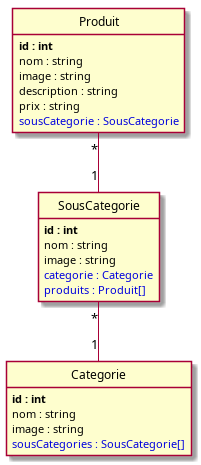
The PlantUML diagram puml/index.png in Alice2568/VillageGreen, before a commit. Its source is kept beside it as puml/index.puml.
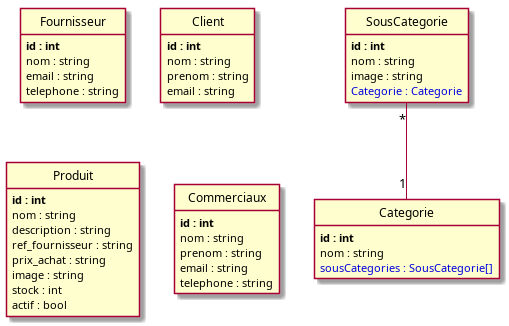
Above is the later version.

Diff of the diagram source:
```diff
@@ -1,29 +1,50 @@
 @startuml
+class Fournisseur {
+	**id : int**
+	nom : string
+	email : string
+	telephone : string
+}
+
+class Client {
+	**id : int**
+	nom : string
+	prenom : string
+	email : string
+}
+
 class Produit {
 	**id : int**
 	nom : string
+	description : string
+	ref_fournisseur : string
+	prix_achat : string
 	image : string
-	description : string
-	prix : string
-	<color:#0000dd>sousCategorie : SousCategorie</color>
+	stock : int
+	actif : bool
 }
 
 class SousCategorie {
 	**id : int**
 	nom : string
 	image : string
-	<color:#0000dd>categorie : Categorie</color>
-	<color:#0000dd>produits : Produit[]</color>
+	<color:#0000dd>Categorie : Categorie</color>
+}
+
+class Commerciaux {
+	**id : int**
+	nom : string
+	prenom : string
+	email : string
+	telephone : string
 }
 
 class Categorie {
 	**id : int**
 	nom : string
-	image : string
 	<color:#0000dd>sousCategories : SousCategorie[]</color>
 }
 
-Produit "*"--"1" SousCategorie
 SousCategorie "*"--"1" Categorie
 
 
```
